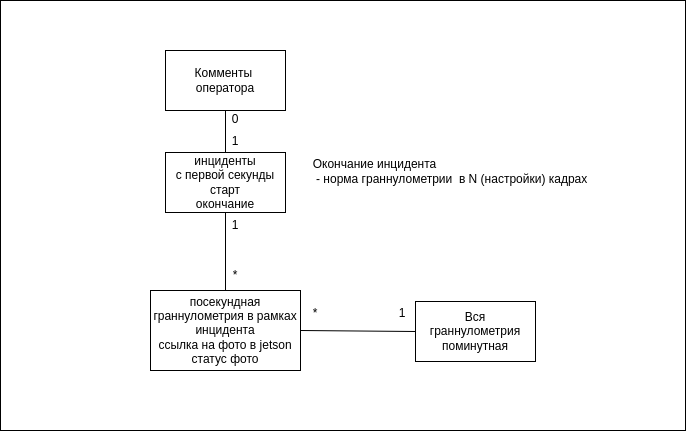
dmpinform/practical_task keeps this draw.io diagram as docs/db.png. Above is the earlier version. Source tidied: cells renumbered, new cells last; positions are measured from the earlier drawing's top-left corner, leaving out a move shared by most shapes.
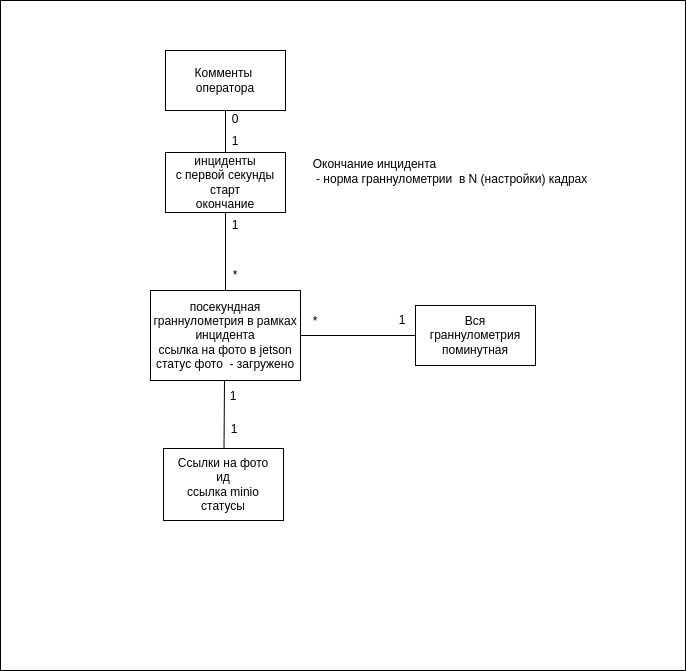
The same file after the commit.

Commit message:
Правка схем

What changed in the source:
```diff
@@ -3,7 +3,7 @@
     <mxCell id="0" />
     <mxCell id="1" parent="0" />
     <mxCell id="2" style="rounded=0;whiteSpace=wrap;html=1;" parent="1" vertex="1">
-      <mxGeometry width="685" height="430" as="geometry" />
+      <mxGeometry width="685" height="670" as="geometry" />
     </mxCell>
     <mxCell id="3" value="инциденты&lt;br&gt;с первой секунды&lt;br&gt;старт&lt;br&gt;окончание" style="rounded=0;whiteSpace=wrap;html=1;" parent="1" vertex="1">
       <mxGeometry x="165" y="152" width="120" height="60" as="geometry" />
@@ -11,8 +11,8 @@
     <mxCell id="4" value="&lt;div style=&quot;text-align: left;&quot;&gt;&lt;span style=&quot;background-color: initial;&quot;&gt;Окончание инцидента&lt;/span&gt;&lt;/div&gt;&amp;nbsp;- норма граннулометрии&amp;nbsp; в N (настройки) кадрах" style="text;html=1;strokeColor=none;fillColor=none;align=center;verticalAlign=middle;whiteSpace=wrap;rounded=0;" parent="1" vertex="1">
       <mxGeometry x="295" y="156" width="310" height="30" as="geometry" />
     </mxCell>
-    <mxCell id="5" value="посекундная&lt;br&gt;граннулометрия в рамках инцидента&lt;br&gt;ссылка на фото в jetson&lt;br&gt;статус фото" style="rounded=0;whiteSpace=wrap;html=1;" parent="1" vertex="1">
-      <mxGeometry x="150" y="290" width="150" height="80" as="geometry" />
+    <mxCell id="5" value="посекундная&lt;br&gt;граннулометрия в рамках инцидента&lt;br&gt;ссылка на фото в jetson&lt;br&gt;статус фото&amp;nbsp; - загружено" style="rounded=0;whiteSpace=wrap;html=1;" parent="1" vertex="1">
+      <mxGeometry x="150" y="290" width="150" height="90" as="geometry" />
     </mxCell>
     <mxCell id="6" style="endArrow=none;html=1;rounded=0;exitX=0.5;exitY=1;exitDx=0;exitDy=0;entryX=0.5;entryY=0;entryDx=0;entryDy=0;" parent="1" edge="1" source="3" target="5">
       <mxGeometry relative="1" as="geometry" />
@@ -24,7 +24,7 @@
       <mxGeometry relative="1" as="geometry" />
     </mxCell>
     <mxCell id="9" value="Вся &lt;br&gt;граннулометрия&lt;br&gt;поминутная" style="rounded=0;whiteSpace=wrap;html=1;" parent="1" vertex="1">
-      <mxGeometry x="415" y="301" width="120" height="60" as="geometry" />
+      <mxGeometry x="415" y="305" width="120" height="60" as="geometry" />
     </mxCell>
     <mxCell id="10" style="endArrow=none;html=1;rounded=0;exitX=0;exitY=0.5;exitDx=0;exitDy=0;entryX=1;entryY=0.5;entryDx=0;entryDy=0;" parent="1" edge="1" source="9" target="5">
       <mxGeometry relative="1" as="geometry" />
@@ -36,10 +36,10 @@
       <mxGeometry x="205" y="260" width="60" height="30" as="geometry" />
     </mxCell>
     <mxCell id="13" value="1" style="text;html=1;strokeColor=none;fillColor=none;align=center;verticalAlign=middle;whiteSpace=wrap;rounded=0;" parent="1" vertex="1">
-      <mxGeometry x="372" y="298" width="60" height="30" as="geometry" />
+      <mxGeometry x="372" y="305" width="60" height="30" as="geometry" />
     </mxCell>
     <mxCell id="14" value="*" style="text;html=1;strokeColor=none;fillColor=none;align=center;verticalAlign=middle;whiteSpace=wrap;rounded=0;" parent="1" vertex="1">
-      <mxGeometry x="285" y="298" width="60" height="30" as="geometry" />
+      <mxGeometry x="285" y="306" width="60" height="30" as="geometry" />
     </mxCell>
     <mxCell id="15" value="1" style="text;html=1;strokeColor=none;fillColor=none;align=center;verticalAlign=middle;whiteSpace=wrap;rounded=0;" parent="1" vertex="1">
       <mxGeometry x="205" y="126" width="60" height="30" as="geometry" />
@@ -47,5 +47,20 @@
     <mxCell id="16" value="0" style="text;html=1;strokeColor=none;fillColor=none;align=center;verticalAlign=middle;whiteSpace=wrap;rounded=0;" parent="1" vertex="1">
       <mxGeometry x="205" y="104" width="60" height="30" as="geometry" />
     </mxCell>
+    <mxCell id="17" value="Ссылки на фото&lt;br&gt;ид&lt;br&gt;ссылка minio&lt;br&gt;статусы" style="rounded=0;whiteSpace=wrap;html=1;" parent="1" vertex="1">
+      <mxGeometry x="163" y="448" width="120" height="72" as="geometry" />
+    </mxCell>
+    <mxCell id="18" value="1" style="text;html=1;strokeColor=none;fillColor=none;align=center;verticalAlign=middle;whiteSpace=wrap;rounded=0;" parent="1" vertex="1">
+      <mxGeometry x="203" y="381" width="60" height="30" as="geometry" />
+    </mxCell>
+    <mxCell id="19" value="1" style="text;html=1;strokeColor=none;fillColor=none;align=center;verticalAlign=middle;whiteSpace=wrap;rounded=0;" parent="1" vertex="1">
+      <mxGeometry x="204" y="414" width="60" height="30" as="geometry" />
+    </mxCell>
+    <mxCell id="20" style="endArrow=none;html=1;rounded=0;entryX=0.5;entryY=0;entryDx=0;entryDy=0;" parent="1" edge="1">
+      <mxGeometry relative="1" as="geometry">
+        <mxPoint x="224" y="380" as="sourcePoint" />
+        <mxPoint x="223.5" y="448" as="targetPoint" />
+      </mxGeometry>
+    </mxCell>
   </root>
 </mxGraphModel>
```
